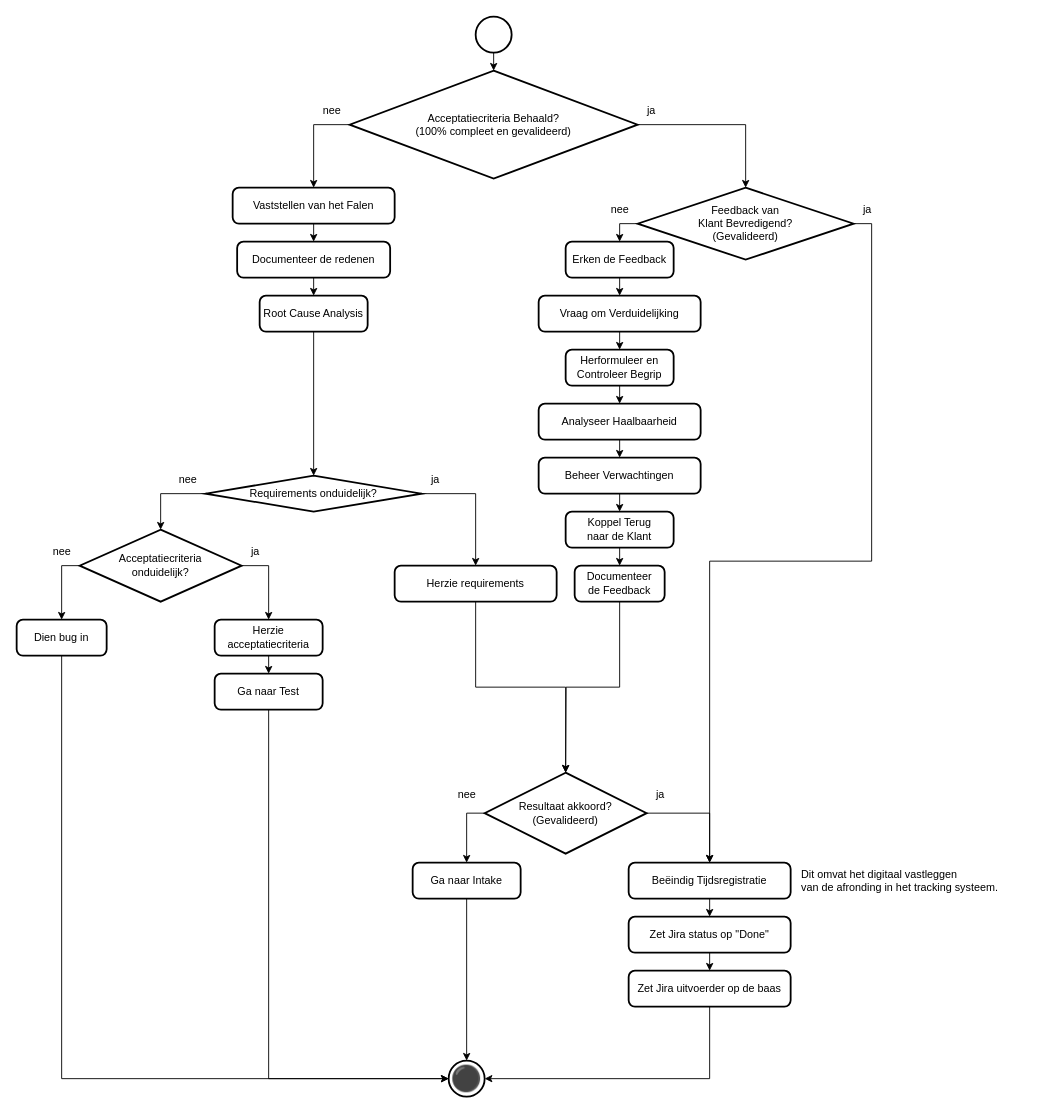
This is 6 Issue Tracker review.drawio from Zaibatsu89/IssueTracker, a draw.io file, before an edit. Source tidied: cells renumbered, new cells numbered last; positions are measured from the earlier drawing's top-left corner, leaving out a move shared by most shapes. Both pictures are drawn from the tidied source at 90%, with x=0, y=0 at pixel (16, 16).
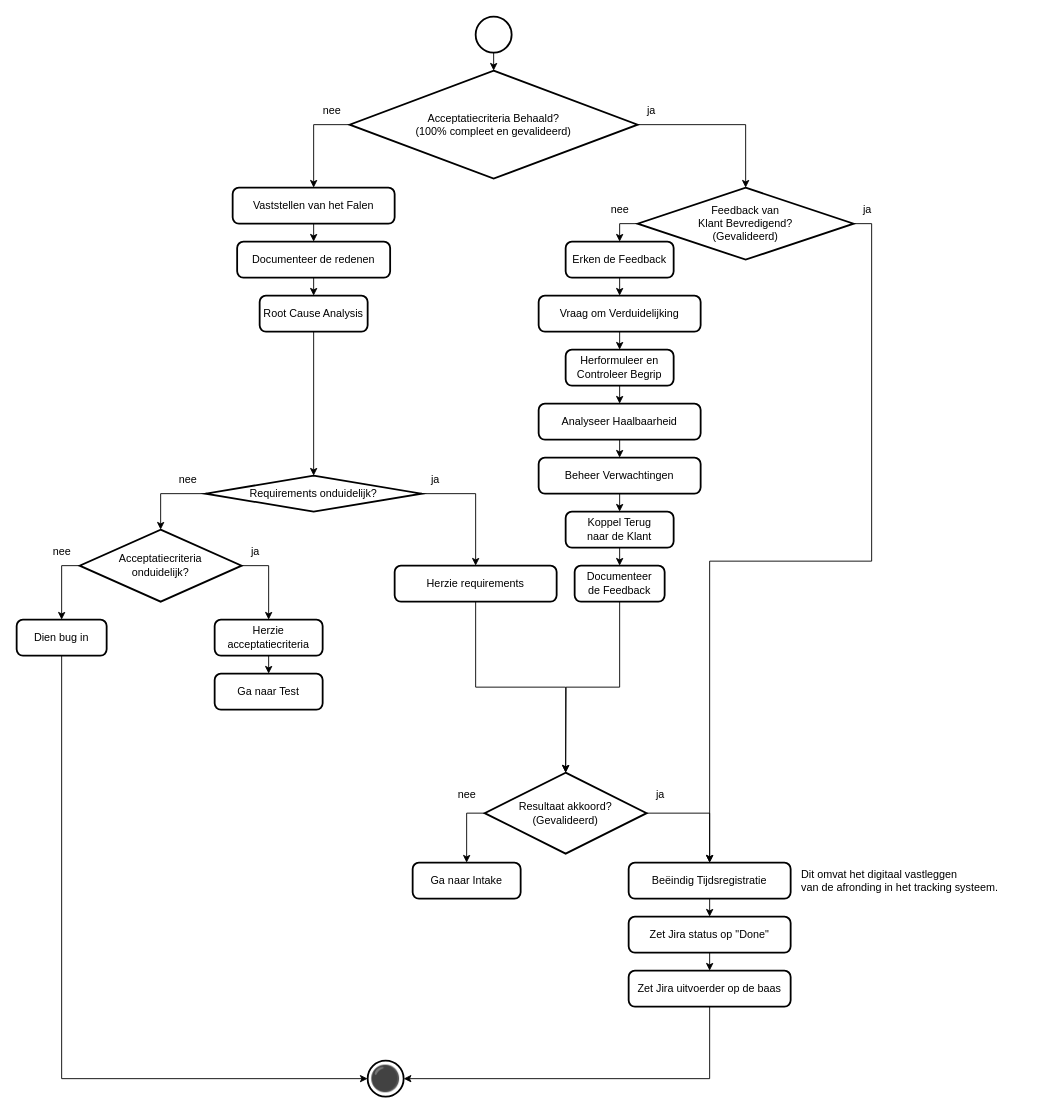
Above is the later version.

The change refers to these unchanged cells:
```xml
<mxCell id="39" value="Ga naar Test" style="rounded=1;whiteSpace=wrap;html=1;absoluteArcSize=1;arcSize=14;strokeWidth=2;" parent="1" vertex="1">
  <mxGeometry x="220" y="730" width="120" height="40" as="geometry" />
</mxCell>
<mxCell id="61" value="Ga naar Intake" style="rounded=1;whiteSpace=wrap;html=1;absoluteArcSize=1;arcSize=14;strokeWidth=2;" parent="1" vertex="1">
  <mxGeometry x="440" y="940" width="120" height="40" as="geometry" />
</mxCell>
```

Diff of the diagram source:
```diff
@@
     <mxCell id="21" value="⚫" style="strokeWidth=2;html=1;shape=mxgraph.flowchart.start_2;whiteSpace=wrap;fontSize=28;" parent="1" vertex="1">
-      <mxGeometry x="480" y="1160" width="40" height="40" as="geometry" />
+      <mxGeometry x="390" y="1160" width="40" height="40" as="geometry" />
     </mxCell>
@@
-    <mxCell id="57" style="edgeStyle=orthogonalEdgeStyle;rounded=0;jettySize=auto;html=1;exitX=0.5;exitY=1;exitDx=0;exitDy=0;entryX=0;entryY=0.5;entryDx=0;entryDy=0;entryPerimeter=0;" parent="1" edge="1" source="39" target="21">
-      <mxGeometry relative="1" as="geometry" />
-    </mxCell>
@@
-    <mxCell id="63" style="edgeStyle=orthogonalEdgeStyle;rounded=0;jettySize=auto;html=1;exitX=0.5;exitY=1;exitDx=0;exitDy=0;entryX=0.5;entryY=0;entryDx=0;entryDy=0;entryPerimeter=0;" parent="1" edge="1" source="61" target="21">
-      <mxGeometry relative="1" as="geometry" />
-    </mxCell>
```
